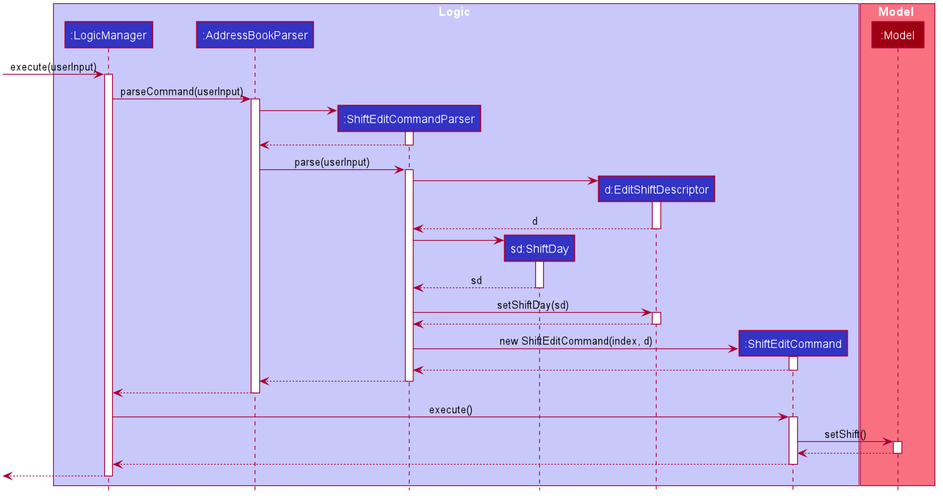
Before: docs/images/EditShiftSequenceDiagram.png, a diagram exported from PlantUML (wakululuu/tp). The source it was exported from:
```plantuml
@startuml








skinparam BackgroundColor #FFFFFFF

skinparam Shadowing false

skinparam Class {
    FontColor #FFFFFF
    BorderThickness 1
    BorderColor #FFFFFF
    StereotypeFontColor #FFFFFF
    FontName Arial
}

skinparam Actor {
    BorderColor #000000
    Color #000000
    FontName Arial
}

skinparam Sequence {
    MessageAlign center
    BoxFontSize 15
    BoxPadding 0
    BoxFontColor #FFFFFF
    FontName Arial
}

skinparam Participant {
    FontColor #FFFFFFF
    Padding 20
}

skinparam MinClassWidth 50
skinparam ParticipantPadding 10
skinparam Shadowing false
skinparam DefaultTextAlignment center
skinparam packageStyle Rectangle

hide footbox
hide members
hide circle

box Logic #C8C8FA
participant ":LogicManager" as LogicManager #3333C4
participant ":AddressBookParser" as AddressBookParser #3333C4
participant ":ShiftEditCommandParser" as ShiftEditCommandParser #3333C4
participant "sd:ShiftDay" as ShiftDay #3333C4
participant "d:EditShiftDescriptor" as EditShiftDescriptor #3333C4
participant ":ShiftEditCommand" as ShiftEditCommand #3333C4
end box

box Model #F97181
participant ":Model" as Model #9D0012
end box

[-> LogicManager : execute(userInput)
activate LogicManager

LogicManager -> AddressBookParser : parseCommand(userInput)
activate AddressBookParser

create ShiftEditCommandParser
AddressBookParser -> ShiftEditCommandParser
activate ShiftEditCommandParser
ShiftEditCommandParser --> AddressBookParser
deactivate ShiftEditCommandParser

AddressBookParser -> ShiftEditCommandParser: parse(userInput)
activate ShiftEditCommandParser

create EditShiftDescriptor
ShiftEditCommandParser -> EditShiftDescriptor
activate EditShiftDescriptor
EditShiftDescriptor --> ShiftEditCommandParser : d
deactivate EditShiftDescriptor

create ShiftDay
ShiftEditCommandParser -> ShiftDay
activate ShiftDay
ShiftDay --> ShiftEditCommandParser : sd
deactivate ShiftDay

ShiftEditCommandParser -> EditShiftDescriptor : setShiftDay(sd)
activate EditShiftDescriptor
EditShiftDescriptor --> ShiftEditCommandParser
deactivate EditShiftDescriptor

create ShiftEditCommand
ShiftEditCommandParser -> ShiftEditCommand : new ShiftEditCommand(index, d)
activate ShiftEditCommand
ShiftEditCommand --> ShiftEditCommandParser
deactivate ShiftEditCommand

ShiftEditCommandParser --> AddressBookParser
deactivate ShiftEditCommandParser
AddressBookParser --> LogicManager
deactivate AddressBookParser

LogicManager -> ShiftEditCommand : execute()
activate ShiftEditCommand

ShiftEditCommand -> Model : setShift()
activate Model
Model --> ShiftEditCommand
deactivate Model
ShiftEditCommand --> LogicManager
deactivate ShiftEditCommand

LogicManager -->[
deactivate LogicManager


@enduml
```
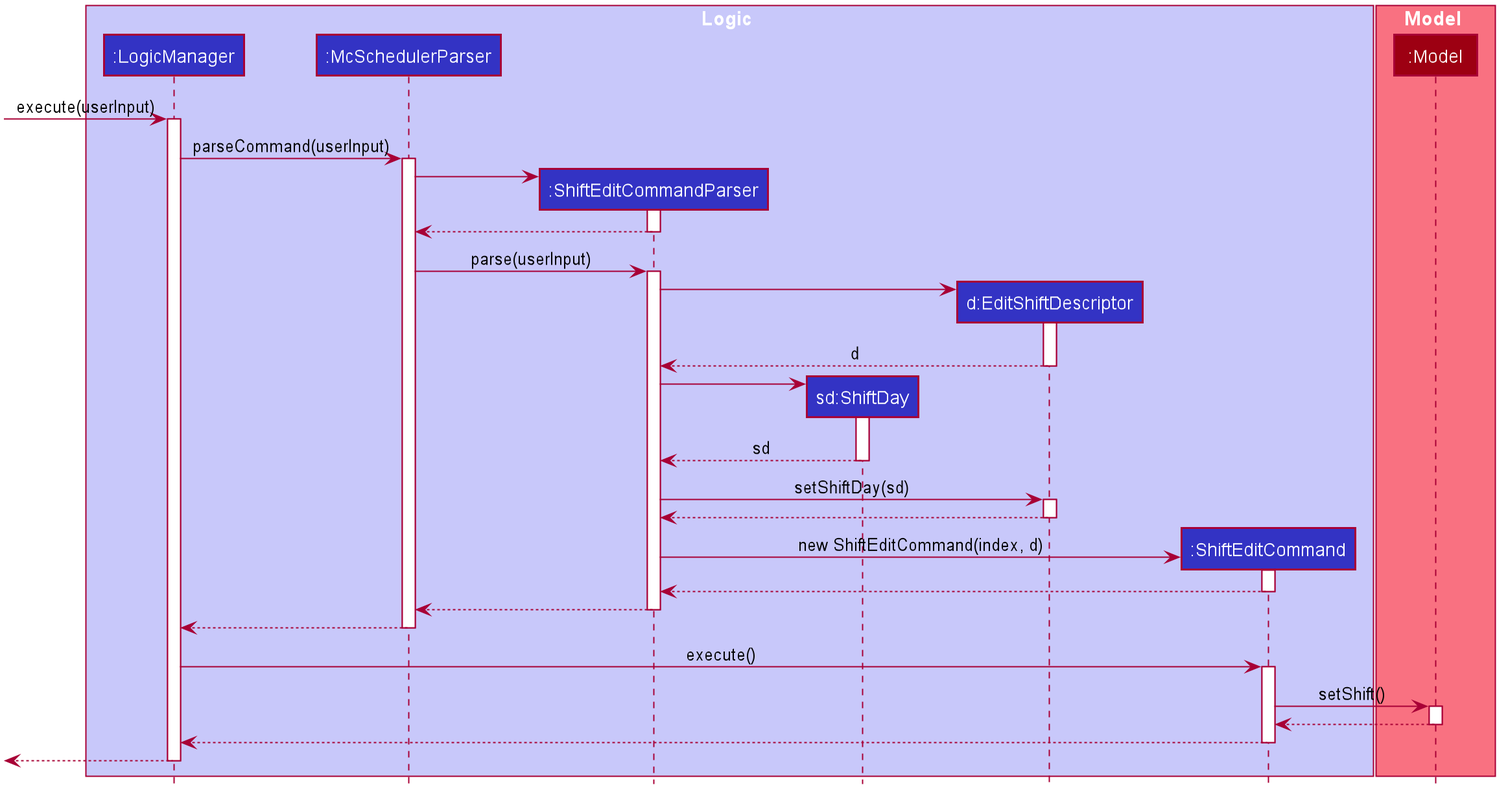
The same diagram one commit later.

The edit, as a diff of the source:
```diff
@@ -17,6 +17,8 @@
     BorderColor #FFFFFF
     StereotypeFontColor #FFFFFF
     FontName Arial
+    AttributeFontColor #FFFFFF
+    AttributeFontName Arial
 }
 
 skinparam Actor {
@@ -45,12 +47,12 @@
 skinparam packageStyle Rectangle
 
 hide footbox
-hide members
+hide empty members
 hide circle
 
 box Logic #C8C8FA
 participant ":LogicManager" as LogicManager #3333C4
-participant ":AddressBookParser" as AddressBookParser #3333C4
+participant ":McSchedulerParser" as McSchedulerParser #3333C4
 participant ":ShiftEditCommandParser" as ShiftEditCommandParser #3333C4
 participant "sd:ShiftDay" as ShiftDay #3333C4
 participant "d:EditShiftDescriptor" as EditShiftDescriptor #3333C4
@@ -64,16 +66,16 @@
 [-> LogicManager : execute(userInput)
 activate LogicManager
 
-LogicManager -> AddressBookParser : parseCommand(userInput)
-activate AddressBookParser
+LogicManager -> McSchedulerParser : parseCommand(userInput)
+activate McSchedulerParser
 
 create ShiftEditCommandParser
-AddressBookParser -> ShiftEditCommandParser
+McSchedulerParser -> ShiftEditCommandParser
 activate ShiftEditCommandParser
-ShiftEditCommandParser --> AddressBookParser
+ShiftEditCommandParser --> McSchedulerParser
 deactivate ShiftEditCommandParser
 
-AddressBookParser -> ShiftEditCommandParser: parse(userInput)
+McSchedulerParser -> ShiftEditCommandParser: parse(userInput)
 activate ShiftEditCommandParser
 
 create EditShiftDescriptor
@@ -99,10 +101,10 @@
 ShiftEditCommand --> ShiftEditCommandParser
 deactivate ShiftEditCommand
 
-ShiftEditCommandParser --> AddressBookParser
+ShiftEditCommandParser --> McSchedulerParser
 deactivate ShiftEditCommandParser
-AddressBookParser --> LogicManager
-deactivate AddressBookParser
+McSchedulerParser --> LogicManager
+deactivate McSchedulerParser
 
 LogicManager -> ShiftEditCommand : execute()
 activate ShiftEditCommand
```
